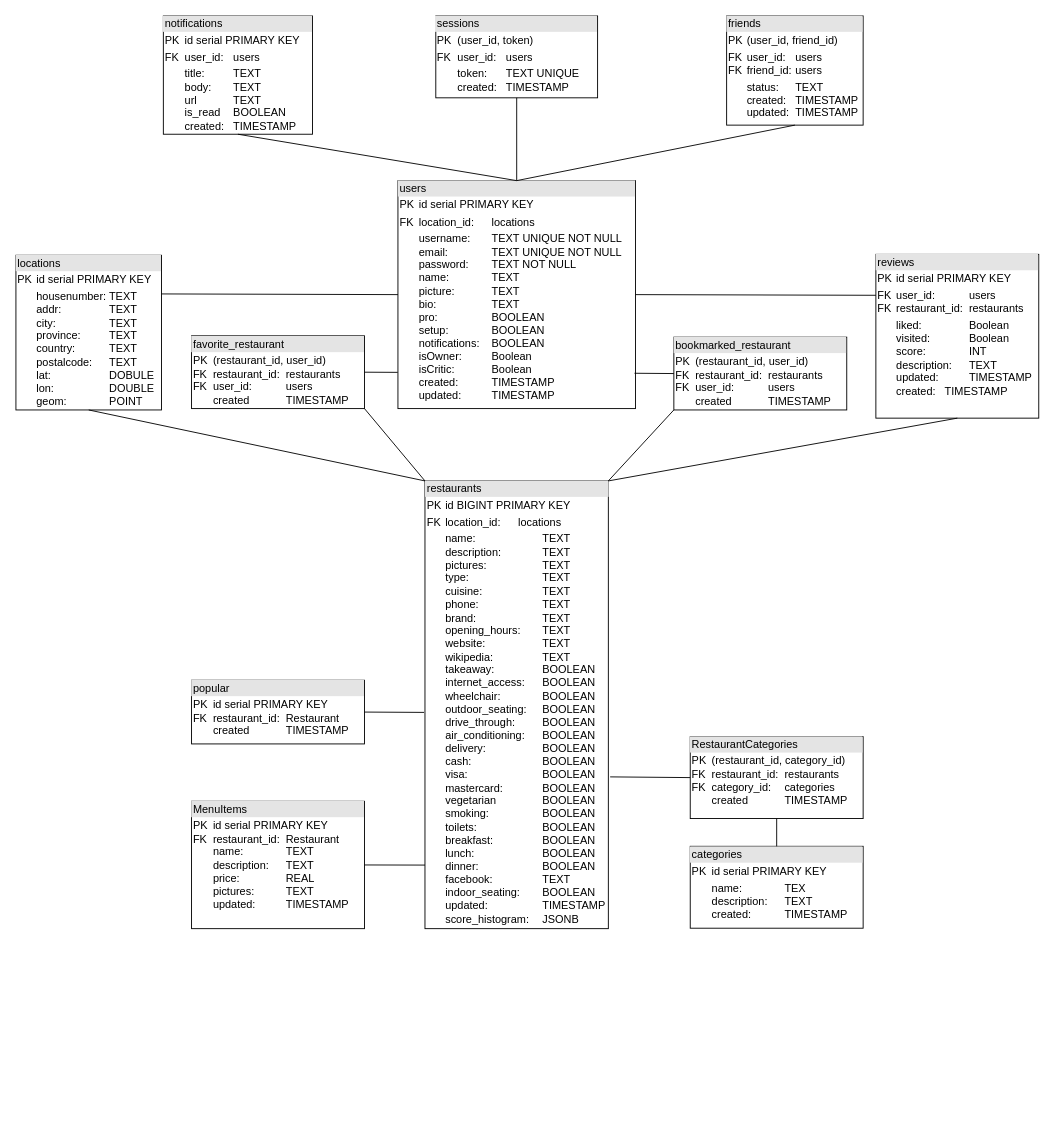
Nicholas-Parise/Restaurant-Rating keeps this draw.io diagram as backend/database/food-rating-app.drawio. Above is the earlier version. Source tidied: cells renumbered, new cells numbered last; positions are measured from the earlier drawing's top-left corner, leaving out a move shared by most shapes. Both pictures are drawn from the tidied source at 91%, with x=0, y=0 at pixel (15, 15).
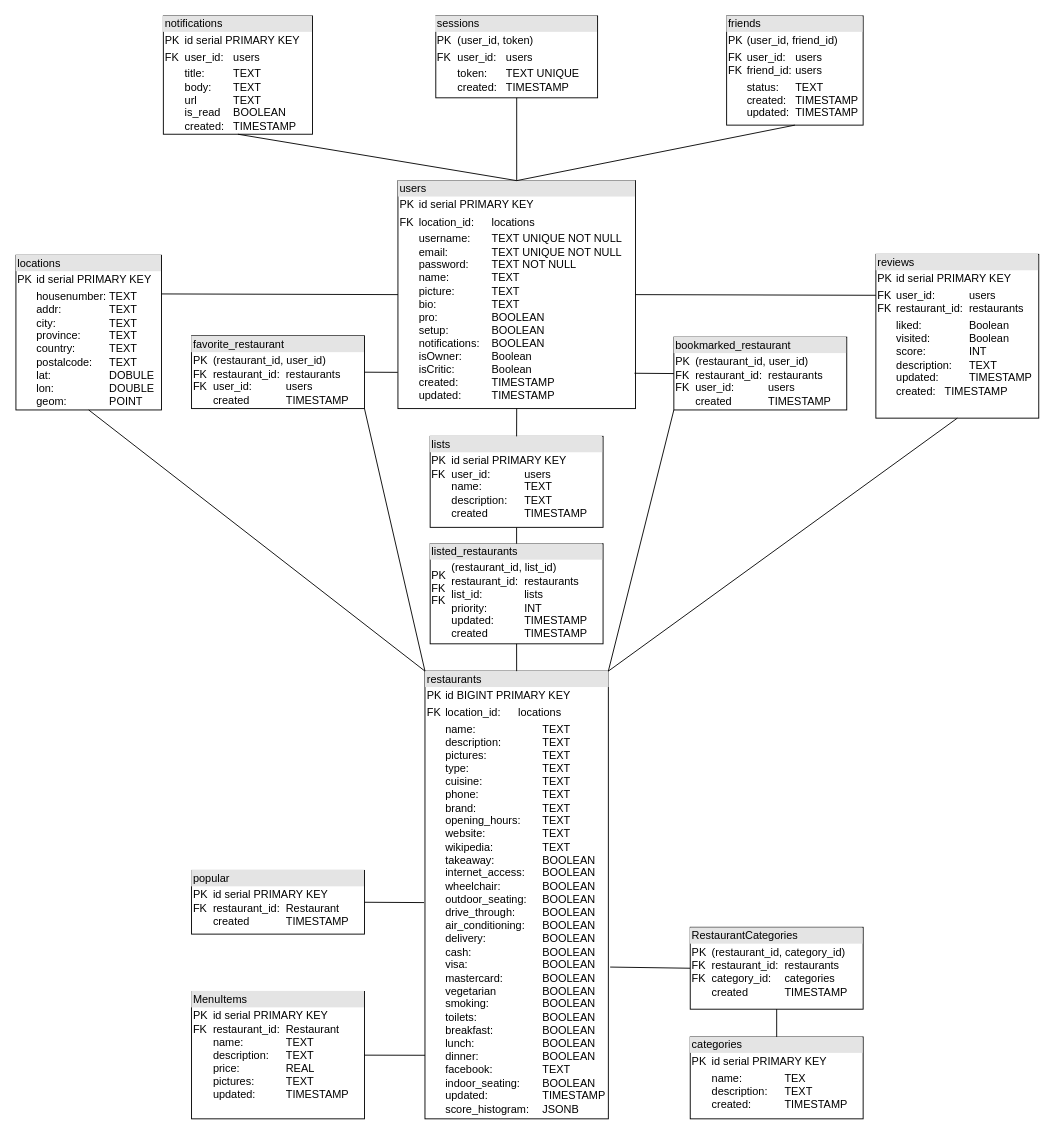
The same page after the edit.

Commit message (it also covers changes not shown here):
added route for lists

Unchanged cells that the change refers to:
```xml
<mxCell id="2" value="&lt;div style=&quot;box-sizing: border-box; width: 100%; background: rgb(228, 228, 228); padding: 2px;&quot;&gt;users&lt;/div&gt;&lt;table style=&quot;width:100%;font-size:1em;&quot; cellpadding=&quot;2&quot; cellspacing=&quot;0&quot;&gt;&lt;tbody&gt;&lt;tr&gt;&lt;td&gt;PK&lt;/td&gt;&lt;td&gt;id serial PRIMARY KEY&lt;/td&gt;&lt;/tr&gt;&lt;tr&gt;&lt;td&gt;FK&lt;/td&gt;&lt;td&gt;location_id:&lt;span style=&quot;white-space: pre;&quot;&gt;&#9;&lt;/span&gt;locations&lt;/td&gt;&lt;/tr&gt;&lt;tr&gt;&lt;td&gt;&lt;/td&gt;&lt;td&gt;username:&lt;span style=&quot;white-space: pre;&quot;&gt;&#9;&lt;/span&gt;TEXT&amp;nbsp;UNIQUE NOT NULL&lt;br&gt;email:&amp;nbsp;&lt;span style=&quot;white-space: pre;&quot;&gt;&#9;&lt;/span&gt;&lt;span style=&quot;white-space: pre;&quot;&gt;&#9;&lt;/span&gt;TEXT UNIQUE NOT NULL&lt;br&gt;password:&lt;span style=&quot;white-space: pre;&quot;&gt;&#9;&lt;/span&gt;TEXT NOT NULL&lt;br&gt;name:&amp;nbsp;&lt;span style=&quot;white-space: pre;&quot;&gt;&#9;&lt;/span&gt;&lt;span style=&quot;white-space: pre;&quot;&gt;&#9;&lt;/span&gt;TEXT&lt;br&gt;picture:&lt;span style=&quot;white-space: pre;&quot;&gt;&#9;&lt;/span&gt;&lt;span style=&quot;white-space: pre;&quot;&gt;&#9;&lt;/span&gt;TEXT&lt;br&gt;bio:&lt;span style=&quot;white-space: pre;&quot;&gt;&#9;&lt;/span&gt;&lt;span style=&quot;white-space: pre;&quot;&gt;&#9;&lt;/span&gt;&lt;span style=&quot;white-space: pre;&quot;&gt;&#9;&lt;/span&gt;TEXT&lt;br&gt;pro:&amp;nbsp;&lt;span style=&quot;white-space: pre;&quot;&gt;&#9;&lt;/span&gt;&lt;span style=&quot;white-space: pre;&quot;&gt;&#9;&lt;/span&gt;&lt;span style=&quot;white-space: pre;&quot;&gt;&#9;&lt;/span&gt;BOOLEAN&lt;br&gt;setup:&amp;nbsp;&lt;span style=&quot;white-space: pre;&quot;&gt;&#9;&lt;/span&gt;&lt;span style=&quot;white-space: pre;&quot;&gt;&#9;&lt;/span&gt;BOOLEAN&lt;br&gt;notifications:&amp;nbsp;&lt;span style=&quot;white-space: pre;&quot;&gt;&#9;&lt;/span&gt;BOOLEAN&lt;br&gt;isOwner:&lt;span style=&quot;white-space: pre;&quot;&gt;&#9;&lt;/span&gt;&lt;span style=&quot;white-space: pre;&quot;&gt;&#9;&lt;/span&gt;Boolean&lt;br&gt;isCritic:&lt;span style=&quot;white-space: pre;&quot;&gt;&#9;&lt;/span&gt;&lt;span style=&quot;white-space: pre;&quot;&gt;&#9;&lt;/span&gt;Boolean&lt;br&gt;created:&lt;span style=&quot;white-space: pre;&quot;&gt;&#9;&lt;span style=&quot;white-space: pre;&quot;&gt;&#9;&lt;/span&gt;&lt;/span&gt;TIMESTAMP&lt;br&gt;updated:&lt;span style=&quot;white-space: pre;&quot;&gt;&#9;&lt;/span&gt;&lt;span style=&quot;white-space: pre;&quot;&gt;&#9;&lt;/span&gt;TIMESTAMP&lt;/td&gt;&lt;/tr&gt;&lt;/tbody&gt;&lt;/table&gt;" style="verticalAlign=top;align=left;overflow=fill;html=1;whiteSpace=wrap;" parent="1" vertex="1">
  <mxGeometry x="419.8" y="181" width="261" height="250.5" as="geometry" />
</mxCell>
```

What changed in the source:
```diff
@@
     <mxCell id="3" value="&lt;div style=&quot;box-sizing: border-box; width: 100%; background: rgb(228, 228, 228); padding: 2px;&quot;&gt;restaurants&lt;/div&gt;&lt;table style=&quot;width:100%;font-size:1em;&quot; cellpadding=&quot;2&quot; cellspacing=&quot;0&quot;&gt;&lt;tbody&gt;&lt;tr&gt;&lt;td&gt;PK&lt;/td&gt;&lt;td&gt;id BIGINT PRIMARY KEY&lt;/td&gt;&lt;/tr&gt;&lt;tr&gt;&lt;td&gt;FK&lt;br&gt;&lt;/td&gt;&lt;td&gt;location_id:&lt;span style=&quot;white-space: pre;&quot;&gt;&#9;&lt;/span&gt;locations&lt;br&gt;&lt;/td&gt;&lt;/tr&gt;&lt;tr&gt;&lt;td&gt;&lt;br&gt;&lt;/td&gt;&lt;td&gt;name:&lt;span style=&quot;white-space: pre;&quot;&gt;&#9;&lt;span style=&quot;white-space: pre;&quot;&gt;&#9;&lt;span style=&quot;white-space: pre;&quot;&gt;&#9;&lt;/span&gt;&lt;/span&gt;&lt;/span&gt;TEXT&lt;br&gt;description:&lt;span style=&quot;white-space: pre;&quot;&gt;&#9;&lt;span style=&quot;white-space: pre;&quot;&gt;&#9;&lt;/span&gt;&lt;/span&gt;TEXT&lt;br&gt;pictures:&lt;span style=&quot;white-space: pre;&quot;&gt;&#9;&lt;/span&gt;&lt;span style=&quot;white-space: pre;&quot;&gt;&#9;&lt;span style=&quot;white-space: pre;&quot;&gt;&#9;&lt;/span&gt;&lt;/span&gt;TEXT&lt;br&gt;&lt;div&gt;&lt;span style=&quot;background-color: transparent;&quot;&gt;type:&lt;span style=&quot;white-space: pre;&quot;&gt;&#9;&lt;/span&gt;&lt;span style=&quot;white-space: pre;&quot;&gt;&#9;&lt;/span&gt;&lt;span style=&quot;white-space: pre;&quot;&gt;&#9;&lt;/span&gt;&lt;/span&gt;TEXT&lt;/div&gt;&lt;div&gt;&lt;span style=&quot;font-size: 1em; background-color: transparent; color: light-dark(rgb(0, 0, 0), rgb(255, 255, 255));&quot;&gt;cuisine:&amp;nbsp;&lt;/span&gt;&lt;span style=&quot;font-size: 1em; background-color: transparent; color: light-dark(rgb(0, 0, 0), rgb(255, 255, 255)); white-space: pre;&quot;&gt;&#9;&lt;/span&gt;&lt;span style=&quot;font-size: 1em; background-color: transparent; color: light-dark(rgb(0, 0, 0), rgb(255, 255, 255)); white-space: pre;&quot;&gt;&#9;&lt;span style=&quot;white-space: pre;&quot;&gt;&#9;&lt;/span&gt;&lt;/span&gt;&lt;span style=&quot;font-size: 1em; background-color: transparent; color: light-dark(rgb(0, 0, 0), rgb(255, 255, 255));&quot;&gt;TEXT&lt;/span&gt;&lt;/div&gt;&lt;div&gt;phone:&amp;nbsp;&lt;span style=&quot;white-space: pre;&quot;&gt;&#9;&lt;/span&gt;&lt;span style=&quot;white-space: pre;&quot;&gt;&#9;&lt;span style=&quot;white-space: pre;&quot;&gt;&#9;&lt;/span&gt;&lt;/span&gt;TEXT&lt;/div&gt;&lt;div&gt;brand:&amp;nbsp;&lt;span style=&quot;white-space: pre;&quot;&gt;&#9;&lt;/span&gt;&lt;span style=&quot;white-space: pre;&quot;&gt;&#9;&lt;span style=&quot;white-space: pre;&quot;&gt;&#9;&lt;/span&gt;&lt;/span&gt;TEXT&lt;/div&gt;&lt;div&gt;opening_hours:&amp;nbsp;&lt;span style=&quot;white-space: pre;&quot;&gt;&#9;&lt;/span&gt;TEXT&lt;/div&gt;&lt;div&gt;website:&amp;nbsp;&lt;span style=&quot;white-space: pre;&quot;&gt;&#9;&lt;/span&gt;&lt;span style=&quot;white-space: pre;&quot;&gt;&#9;&lt;span style=&quot;white-space: pre;&quot;&gt;&#9;&lt;/span&gt;&lt;/span&gt;TEXT&lt;/div&gt;&lt;div&gt;wikipedia:&amp;nbsp;&lt;span style=&quot;white-space: pre;&quot;&gt;&#9;&lt;span style=&quot;white-space: pre;&quot;&gt;&#9;&lt;/span&gt;&lt;/span&gt;TEXT&lt;/div&gt;&lt;div&gt;takeaway:&amp;nbsp;&lt;span style=&quot;white-space: pre;&quot;&gt;&#9;&lt;span style=&quot;white-space: pre;&quot;&gt;&#9;&lt;/span&gt;&lt;/span&gt;BOOLEAN&lt;/div&gt;&lt;div&gt;internet_access:&amp;nbsp;&lt;span style=&quot;white-space: pre;&quot;&gt;&#9;&lt;/span&gt;BOOLEAN&lt;/div&gt;&lt;div&gt;wheelchair:&amp;nbsp;&lt;span style=&quot;white-space: pre;&quot;&gt;&#9;&lt;span style=&quot;white-space: pre;&quot;&gt;&#9;&lt;/span&gt;&lt;/span&gt;BOOLEAN&lt;/div&gt;&lt;div&gt;outdoor_seating:&amp;nbsp;&lt;span style=&quot;white-space: pre;&quot;&gt;&#9;&lt;/span&gt;BOOLEAN&lt;/div&gt;&lt;div&gt;drive_through:&amp;nbsp;&lt;span style=&quot;white-space: pre;&quot;&gt;&#9;&lt;/span&gt;BOOLEAN&lt;/div&gt;&lt;div&gt;air_conditioning:&amp;nbsp;&lt;span style=&quot;white-space: pre;&quot;&gt;&#9;&lt;/span&gt;BOOLEAN&lt;/div&gt;&lt;div&gt;delivery:&amp;nbsp;&lt;span style=&quot;white-space: pre;&quot;&gt;&#9;&lt;/span&gt;&lt;span style=&quot;white-space: pre;&quot;&gt;&#9;&lt;span style=&quot;white-space: pre;&quot;&gt;&#9;&lt;/span&gt;&lt;/span&gt;BOOLEAN&lt;/div&gt;&lt;div&gt;cash:&amp;nbsp;&lt;span style=&quot;white-space: pre;&quot;&gt;&#9;&lt;/span&gt;&lt;span style=&quot;white-space: pre;&quot;&gt;&#9;&lt;span style=&quot;white-space: pre;&quot;&gt;&#9;&lt;/span&gt;&lt;/span&gt;BOOLEAN&lt;/div&gt;&lt;div&gt;visa:&amp;nbsp;&lt;span style=&quot;white-space: pre;&quot;&gt;&#9;&lt;/span&gt;&lt;span style=&quot;white-space: pre;&quot;&gt;&#9;&lt;/span&gt;&lt;span style=&quot;white-space: pre;&quot;&gt;&#9;&lt;/span&gt;BOOLEAN&lt;/div&gt;&lt;div&gt;mastercard:&amp;nbsp;&lt;span style=&quot;white-space: pre;&quot;&gt;&#9;&lt;span style=&quot;white-space: pre;&quot;&gt;&#9;&lt;/span&gt;&lt;/span&gt;BOOLEAN&lt;/div&gt;&lt;div&gt;vegetarian &lt;span style=&quot;white-space: pre;&quot;&gt;&#9;&lt;span style=&quot;white-space: pre;&quot;&gt;&#9;&lt;/span&gt;&lt;/span&gt;BOOLEAN&lt;/div&gt;&lt;div&gt;&lt;div&gt;smoking:&lt;span style=&quot;white-space: pre;&quot;&gt;&#9;&lt;span style=&quot;white-space: pre;&quot;&gt;&#9;&lt;/span&gt;&lt;span style=&quot;white-space: pre;&quot;&gt;&#9;&lt;/span&gt;&lt;/span&gt;BOOLEAN&lt;/div&gt;&lt;div&gt;toilets: &lt;span style=&quot;white-space: pre;&quot;&gt;&#9;&lt;/span&gt;&lt;span style=&quot;white-space: pre;&quot;&gt;&#9;&lt;/span&gt;&lt;span style=&quot;white-space: pre;&quot;&gt;&#9;&lt;/span&gt;BOOLEAN&lt;/div&gt;&lt;div&gt;breakfast: &lt;span style=&quot;white-space: pre;&quot;&gt;&#9;&lt;/span&gt;&lt;span style=&quot;white-space: pre;&quot;&gt;&#9;&lt;/span&gt;BOOLEAN&lt;/div&gt;&lt;div&gt;lunch: &lt;span style=&quot;white-space: pre;&quot;&gt;&#9;&lt;/span&gt;&lt;span style=&quot;white-space: pre;&quot;&gt;&#9;&lt;/span&gt;&lt;span style=&quot;white-space: pre;&quot;&gt;&#9;&lt;/span&gt;BOOLEAN&lt;/div&gt;&lt;div&gt;dinner:&lt;span style=&quot;white-space: pre;&quot;&gt;&#9;&lt;/span&gt;&lt;span style=&quot;white-space: pre;&quot;&gt;&#9;&lt;/span&gt;&lt;span style=&quot;white-space: pre;&quot;&gt;&#9;&lt;/span&gt;BOOLEAN&lt;/div&gt;&lt;div&gt;facebook: &lt;span style=&quot;white-space: pre;&quot;&gt;&#9;&lt;/span&gt;&lt;span style=&quot;white-space: pre;&quot;&gt;&#9;&lt;/span&gt;TEXT&lt;/div&gt;&lt;div&gt;indoor_seating:&amp;nbsp;&lt;span style=&quot;white-space: pre;&quot;&gt;&#9;&lt;/span&gt;BOOLEAN&lt;/div&gt;&lt;/div&gt;&lt;div&gt;updated:&lt;span style=&quot;white-space: pre;&quot;&gt;&#9;&lt;span style=&quot;white-space: pre;&quot;&gt;&#9;&lt;span style=&quot;white-space: pre;&quot;&gt;&#9;&lt;/span&gt;&lt;/span&gt;&lt;/span&gt;&lt;span style=&quot;font-size: 1em; background-color: transparent; color: light-dark(rgb(0, 0, 0), rgb(255, 255, 255));&quot;&gt;TIMESTAMP&lt;/span&gt;&lt;/div&gt;&lt;div&gt;&lt;span style=&quot;background-color: transparent;&quot;&gt;score_histogram: &lt;span style=&quot;white-space: pre;&quot;&gt;&#9;&lt;/span&gt;JSONB&lt;/span&gt;&lt;/div&gt;&lt;div&gt;&lt;br style=&quot;text-align: center;&quot;&gt;&lt;/div&gt;&lt;/td&gt;&lt;/tr&gt;&lt;/tbody&gt;&lt;/table&gt;" style="verticalAlign=top;align=left;overflow=fill;html=1;whiteSpace=wrap;" parent="1" vertex="1">
-      <mxGeometry x="449.5" y="511" width="201.5" height="492" as="geometry" />
+      <mxGeometry x="449.5" y="720" width="201.5" height="492" as="geometry" />
     </mxCell>
@@
     <mxCell id="10" value="&lt;div style=&quot;box-sizing: border-box; width: 100%; background: rgb(228, 228, 228); padding: 2px;&quot;&gt;categories&lt;/div&gt;&lt;table style=&quot;width:100%;font-size:1em;&quot; cellpadding=&quot;2&quot; cellspacing=&quot;0&quot;&gt;&lt;tbody&gt;&lt;tr&gt;&lt;td&gt;PK&lt;br&gt;&lt;/td&gt;&lt;td&gt;id serial PRIMARY KEY&lt;br&gt;&lt;/td&gt;&lt;/tr&gt;&lt;tr&gt;&lt;td&gt;&lt;br&gt;&lt;/td&gt;&lt;td&gt;name:&lt;span style=&quot;white-space: pre;&quot;&gt;&#9;&lt;span style=&quot;white-space: pre;&quot;&gt;&#9;&lt;/span&gt;&lt;/span&gt;TEX&lt;br&gt;description:&lt;span style=&quot;white-space: pre;&quot;&gt;&#9;&lt;/span&gt;TEXT&lt;br&gt;created:&lt;span style=&quot;white-space: pre;&quot;&gt;&#9;&lt;/span&gt;&lt;span style=&quot;white-space: pre;&quot;&gt;&#9;&lt;/span&gt;TIMESTAMP&lt;/td&gt;&lt;/tr&gt;&lt;tr&gt;&lt;td&gt;&lt;/td&gt;&lt;td&gt;&lt;br&gt;&lt;/td&gt;&lt;/tr&gt;&lt;/tbody&gt;&lt;/table&gt;" style="verticalAlign=top;align=left;overflow=fill;html=1;whiteSpace=wrap;" parent="1" vertex="1">
-      <mxGeometry x="741" y="912.5" width="190" height="90" as="geometry" />
+      <mxGeometry x="741" y="1122" width="190" height="90" as="geometry" />
     </mxCell>
     <mxCell id="11" value="&lt;div style=&quot;box-sizing: border-box; width: 100%; background: rgb(228, 228, 228); padding: 2px;&quot;&gt;RestaurantCategories&lt;/div&gt;&lt;table style=&quot;width:100%;font-size:1em;&quot; cellpadding=&quot;2&quot; cellspacing=&quot;0&quot;&gt;&lt;tbody&gt;&lt;tr&gt;&lt;td&gt;PK&lt;br&gt;FK&lt;br&gt;FK&lt;br&gt;&lt;br&gt;&lt;/td&gt;&lt;td&gt;(restaurant_id, category_id)&lt;br&gt;restaurant_id:&amp;nbsp; restaurants&lt;br&gt;category_id: &lt;span style=&quot;white-space: pre;&quot;&gt;&#9;&lt;/span&gt;categories&lt;br&gt;created &lt;span style=&quot;white-space: pre;&quot;&gt;&#9;&lt;/span&gt;&lt;span style=&quot;white-space: pre;&quot;&gt;&#9;&lt;/span&gt;TIMESTAMP&lt;br&gt;&lt;/td&gt;&lt;/tr&gt;&lt;tr&gt;&lt;td&gt;&lt;br&gt;&lt;/td&gt;&lt;td&gt;&lt;br&gt;&lt;/td&gt;&lt;/tr&gt;&lt;/tbody&gt;&lt;/table&gt;" style="verticalAlign=top;align=left;overflow=fill;html=1;whiteSpace=wrap;" parent="1" vertex="1">
-      <mxGeometry x="741" y="792" width="190" height="90" as="geometry" />
+      <mxGeometry x="741" y="1001.5" width="190" height="90" as="geometry" />
     </mxCell>
@@
     <mxCell id="14" value="&lt;div style=&quot;box-sizing: border-box; width: 100%; background: rgb(228, 228, 228); padding: 2px;&quot;&gt;MenuItems&lt;/div&gt;&lt;table style=&quot;width:100%;font-size:1em;&quot; cellpadding=&quot;2&quot; cellspacing=&quot;0&quot;&gt;&lt;tbody&gt;&lt;tr&gt;&lt;td&gt;PK&lt;br&gt;FK&lt;br&gt;&lt;br&gt;&lt;br&gt;&lt;br&gt;&lt;br&gt;&lt;br&gt;&lt;/td&gt;&lt;td&gt;id serial PRIMARY KEY&lt;br&gt;restaurant_id:&lt;span style=&quot;white-space: pre;&quot;&gt;&#9;&lt;/span&gt;Restaurant&lt;br&gt;name:&lt;span style=&quot;white-space: pre;&quot;&gt;&#9;&lt;/span&gt;&lt;span style=&quot;white-space: pre;&quot;&gt;&#9;&lt;/span&gt;TEXT&lt;br&gt;description:&lt;span style=&quot;white-space: pre;&quot;&gt;&#9;&lt;/span&gt;TEXT&lt;br&gt;price:&lt;span style=&quot;white-space: pre;&quot;&gt;&#9;&lt;/span&gt;&lt;span style=&quot;white-space: pre;&quot;&gt;&#9;&lt;/span&gt;REAL&lt;br&gt;pictures:&lt;span style=&quot;white-space: pre;&quot;&gt;&#9;&lt;/span&gt;&lt;span style=&quot;white-space: pre;&quot;&gt;&#9;&lt;/span&gt;TEXT&lt;br&gt;updated:&lt;span style=&quot;white-space: pre;&quot;&gt;&#9;&lt;/span&gt;&lt;span style=&quot;white-space: pre;&quot;&gt;&#9;&lt;/span&gt;TIMESTAMP&lt;br&gt;&lt;/td&gt;&lt;/tr&gt;&lt;tr&gt;&lt;td&gt;&lt;/td&gt;&lt;td&gt;&lt;br&gt;&lt;/td&gt;&lt;/tr&gt;&lt;/tbody&gt;&lt;/table&gt;" style="verticalAlign=top;align=left;overflow=fill;html=1;whiteSpace=wrap;" parent="1" vertex="1">
-      <mxGeometry x="193" y="863" width="190" height="140" as="geometry" />
+      <mxGeometry x="193" y="1072" width="190" height="140" as="geometry" />
     </mxCell>
@@
     <mxCell id="18" value="&lt;div style=&quot;box-sizing: border-box; width: 100%; background: rgb(228, 228, 228); padding: 2px;&quot;&gt;popular&lt;/div&gt;&lt;table style=&quot;width:100%;font-size:1em;&quot; cellpadding=&quot;2&quot; cellspacing=&quot;0&quot;&gt;&lt;tbody&gt;&lt;tr&gt;&lt;td&gt;PK&lt;br&gt;FK&lt;br&gt;&lt;br&gt;&lt;/td&gt;&lt;td&gt;id serial PRIMARY KEY&lt;br&gt;restaurant_id:&lt;span style=&quot;white-space: pre;&quot;&gt;&#9;&lt;/span&gt;Restaurant&lt;br&gt;created &lt;span style=&quot;white-space: pre;&quot;&gt;&#9;&lt;span style=&quot;white-space: pre;&quot;&gt;&#9;&lt;/span&gt;&lt;/span&gt;TIMESTAMP&lt;/td&gt;&lt;/tr&gt;&lt;tr&gt;&lt;td&gt;&lt;/td&gt;&lt;td&gt;&lt;br&gt;&lt;/td&gt;&lt;/tr&gt;&lt;/tbody&gt;&lt;/table&gt;" style="verticalAlign=top;align=left;overflow=fill;html=1;whiteSpace=wrap;" parent="1" vertex="1">
-      <mxGeometry x="193" y="730" width="190" height="70" as="geometry" />
+      <mxGeometry x="193" y="939" width="190" height="70" as="geometry" />
     </mxCell>
@@
+    <mxCell id="30" value="&lt;div style=&quot;box-sizing: border-box; width: 100%; background: rgb(228, 228, 228); padding: 2px;&quot;&gt;listed_restaurants&lt;/div&gt;&lt;table style=&quot;width:100%;font-size:1em;&quot; cellpadding=&quot;2&quot; cellspacing=&quot;0&quot;&gt;&lt;tbody&gt;&lt;tr&gt;&lt;td&gt;PK&lt;br&gt;FK&lt;br&gt;FK&lt;br&gt;&lt;br&gt;&lt;br&gt;&lt;/td&gt;&lt;td&gt;(restaurant_id, list_id)&lt;br&gt;restaurant_id:&amp;nbsp; restaurants&lt;br&gt;list_id: &lt;span style=&quot;white-space: pre;&quot;&gt;&#9;&lt;span style=&quot;white-space: pre;&quot;&gt;&#9;&lt;/span&gt;&lt;/span&gt;lists&lt;br&gt;priority:&lt;span style=&quot;white-space: pre;&quot;&gt;&#9;&lt;/span&gt;&lt;span style=&quot;white-space: pre;&quot;&gt;&#9;&lt;/span&gt;INT&lt;br&gt;updated:&amp;nbsp;&lt;span style=&quot;white-space: pre;&quot;&gt;&#9;&lt;/span&gt;&lt;span style=&quot;white-space: pre;&quot;&gt;&#9;&lt;/span&gt;TIMESTAMP&lt;br&gt;created &lt;span style=&quot;white-space: pre;&quot;&gt;&#9;&lt;/span&gt;&lt;span style=&quot;white-space: pre;&quot;&gt;&#9;&lt;/span&gt;TIMESTAMP&lt;br&gt;&lt;/td&gt;&lt;/tr&gt;&lt;tr&gt;&lt;td&gt;&lt;br&gt;&lt;/td&gt;&lt;td&gt;&lt;br&gt;&lt;/td&gt;&lt;/tr&gt;&lt;/tbody&gt;&lt;/table&gt;" style="verticalAlign=top;align=left;overflow=fill;html=1;whiteSpace=wrap;" parent="1" vertex="1">
+      <mxGeometry x="455.2" y="580" width="190" height="110" as="geometry" />
+    </mxCell>
+    <mxCell id="31" style="endArrow=none;html=1;rounded=0;entryX=0.5;entryY=1;entryDx=0;entryDy=0;exitX=0.5;exitY=0;exitDx=0;exitDy=0;" parent="1" edge="1" source="30" target="33">
+      <mxGeometry relative="1" as="geometry" />
+    </mxCell>
+    <mxCell id="32" style="endArrow=none;html=1;rounded=0;entryX=0.5;entryY=1;entryDx=0;entryDy=0;exitX=0.5;exitY=0;exitDx=0;exitDy=0;" parent="1" edge="1" source="3" target="30">
+      <mxGeometry relative="1" as="geometry" />
+    </mxCell>
+    <mxCell id="33" value="&lt;div style=&quot;box-sizing: border-box; width: 100%; background: rgb(228, 228, 228); padding: 2px;&quot;&gt;lists&lt;/div&gt;&lt;table style=&quot;width:100%;font-size:1em;&quot; cellpadding=&quot;2&quot; cellspacing=&quot;0&quot;&gt;&lt;tbody&gt;&lt;tr&gt;&lt;td&gt;PK&lt;br&gt;FK&lt;br&gt;&lt;br&gt;&lt;br&gt;&lt;br&gt;&lt;/td&gt;&lt;td&gt;id serial PRIMARY KEY&lt;br&gt;user_id:&amp;nbsp; &lt;span style=&quot;white-space: pre;&quot;&gt;&#9;&lt;span style=&quot;white-space: pre;&quot;&gt;&#9;&lt;/span&gt;&lt;/span&gt;users&lt;br&gt;name:&lt;span style=&quot;white-space: pre;&quot;&gt;&#9;&lt;span style=&quot;white-space: pre;&quot;&gt;&#9;&lt;/span&gt;&lt;/span&gt;TEXT&lt;br&gt;description:&lt;span style=&quot;white-space: pre;&quot;&gt;&#9;&lt;/span&gt;TEXT&lt;br&gt;created &lt;span style=&quot;white-space: pre;&quot;&gt;&#9;&lt;span style=&quot;white-space: pre;&quot;&gt;&#9;&lt;/span&gt;&lt;/span&gt;TIMESTAMP&lt;br&gt;&lt;/td&gt;&lt;/tr&gt;&lt;tr&gt;&lt;td&gt;&lt;br&gt;&lt;/td&gt;&lt;td&gt;&lt;br&gt;&lt;/td&gt;&lt;/tr&gt;&lt;/tbody&gt;&lt;/table&gt;" style="verticalAlign=top;align=left;overflow=fill;html=1;whiteSpace=wrap;" parent="1" vertex="1">
+      <mxGeometry x="455.2" y="462" width="190" height="100" as="geometry" />
+    </mxCell>
+    <mxCell id="34" style="endArrow=none;html=1;rounded=0;entryX=0.5;entryY=1;entryDx=0;entryDy=0;exitX=0.5;exitY=0;exitDx=0;exitDy=0;" parent="1" edge="1" source="33" target="2">
+      <mxGeometry relative="1" as="geometry" />
+    </mxCell>
```
